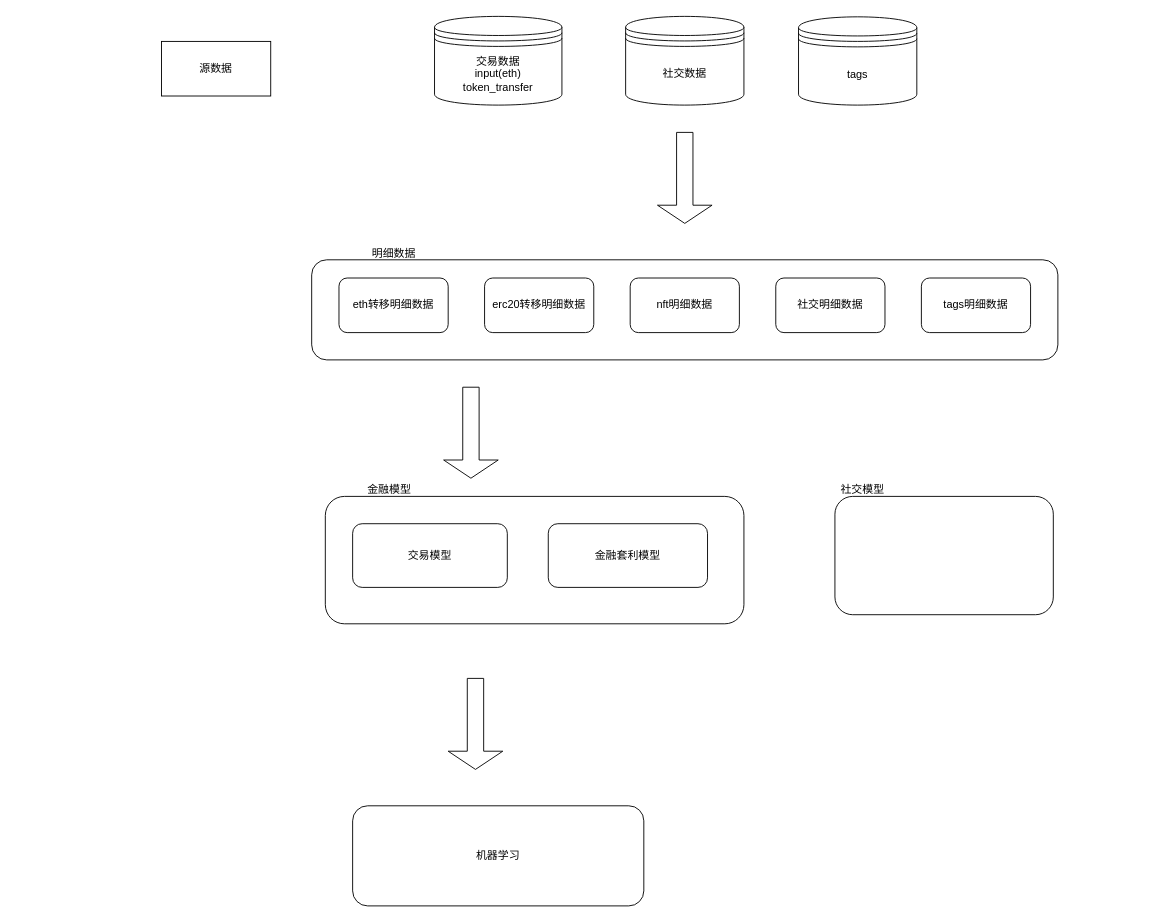
Earlier version of the draw.io diagram data.drawio (YuPccc/My-learning-demo). Source tidied: cells renumbered, new cells numbered last; positions are measured from the earlier drawing's top-left corner, leaving out a move shared by most shapes. Both pictures are drawn from the tidied source at 91%, with x=0, y=0 at pixel (161, 15).
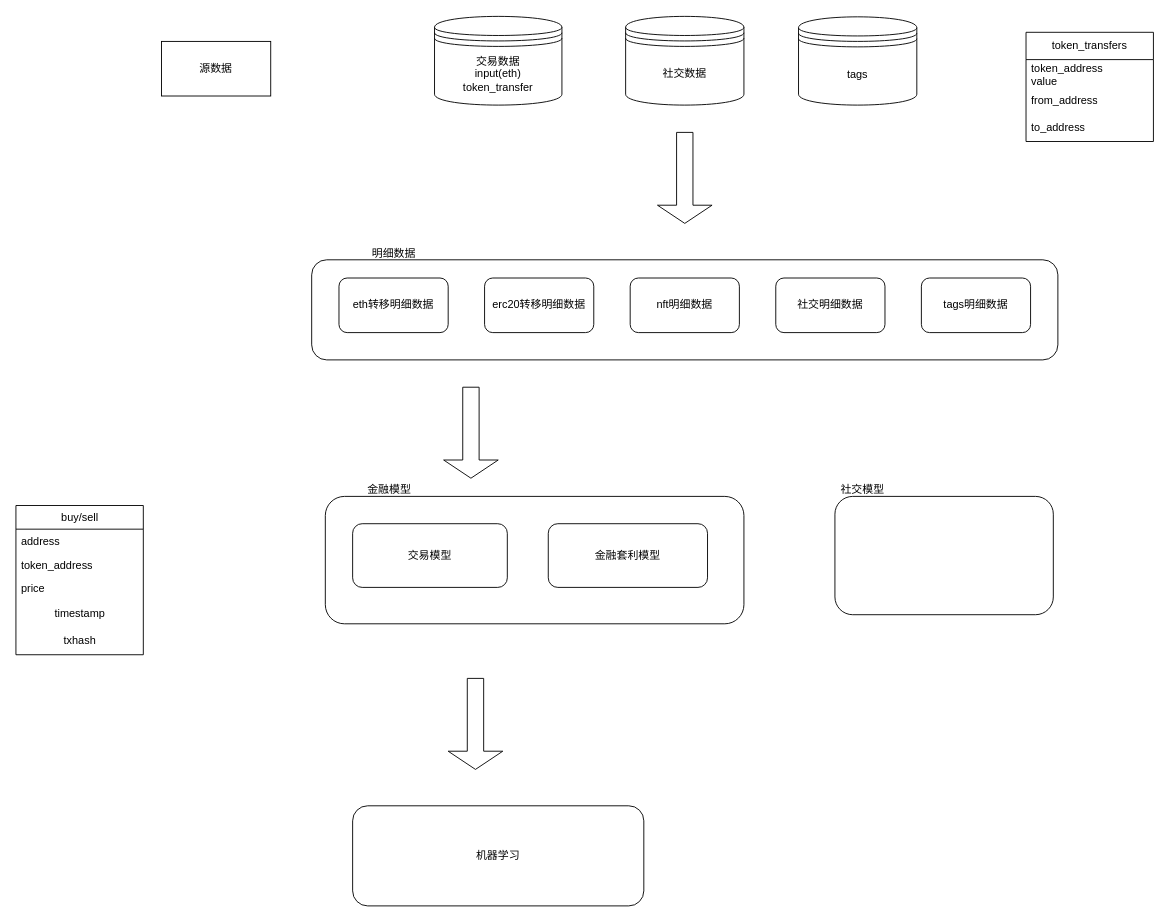
The same diagram, later.

Change to the diagram source:
```diff
@@
+    <mxCell id="23" value="token_transfers" style="swimlane;fontStyle=0;horizontal=1;startSize=30;whiteSpace=wrap;html=1;" parent="1" vertex="1">
+      <mxGeometry x="950" y="18" width="140" height="120" as="geometry" />
+    </mxCell>
+    <mxCell id="24" value="token_address&lt;br&gt;value" style="text;strokeColor=none;fillColor=none;align=left;verticalAlign=middle;spacingLeft=4;spacingRight=4;overflow=hidden;whiteSpace=wrap;html=1;" parent="23" vertex="1">
+      <mxGeometry y="30" width="140" height="30" as="geometry" />
+    </mxCell>
+    <mxCell id="25" value="from_address" style="text;strokeColor=none;fillColor=none;align=left;verticalAlign=middle;spacingLeft=4;spacingRight=4;overflow=hidden;whiteSpace=wrap;html=1;" parent="23" vertex="1">
+      <mxGeometry y="60" width="140" height="30" as="geometry" />
+    </mxCell>
+    <mxCell id="26" value="to_address" style="text;strokeColor=none;fillColor=none;align=left;verticalAlign=middle;spacingLeft=4;spacingRight=4;overflow=hidden;whiteSpace=wrap;html=1;" parent="23" vertex="1">
+      <mxGeometry y="90" width="140" height="30" as="geometry" />
+    </mxCell>
+    <mxCell id="27" value="buy/sell" style="swimlane;fontStyle=0;horizontal=1;startSize=26;fillColor=none;html=1;" parent="1" vertex="1">
+      <mxGeometry x="-160" y="538" width="140" height="164" as="geometry" />
+    </mxCell>
+    <mxCell id="28" value="address" style="text;strokeColor=none;fillColor=none;align=left;verticalAlign=top;spacingLeft=4;spacingRight=4;overflow=hidden;whiteSpace=wrap;html=1;" parent="27" vertex="1">
+      <mxGeometry y="26" width="140" height="26" as="geometry" />
+    </mxCell>
+    <mxCell id="29" value="token_address" style="text;strokeColor=none;fillColor=none;align=left;verticalAlign=top;spacingLeft=4;spacingRight=4;overflow=hidden;whiteSpace=wrap;html=1;" parent="27" vertex="1">
+      <mxGeometry y="52" width="140" height="26" as="geometry" />
+    </mxCell>
+    <mxCell id="30" value="price" style="text;strokeColor=none;fillColor=none;align=left;verticalAlign=top;spacingLeft=4;spacingRight=4;overflow=hidden;whiteSpace=wrap;html=1;" parent="27" vertex="1">
+      <mxGeometry y="78" width="140" height="26" as="geometry" />
+    </mxCell>
+    <mxCell id="31" value="timestamp" style="text;html=1;align=center;verticalAlign=middle;strokeColor=none;fillColor=none;" parent="27" vertex="1">
+      <mxGeometry y="104" width="140" height="30" as="geometry" />
+    </mxCell>
+    <mxCell id="32" value="txhash" style="text;html=1;align=center;verticalAlign=middle;strokeColor=none;fillColor=none;" parent="27" vertex="1">
+      <mxGeometry y="134" width="140" height="30" as="geometry" />
+    </mxCell>
```
